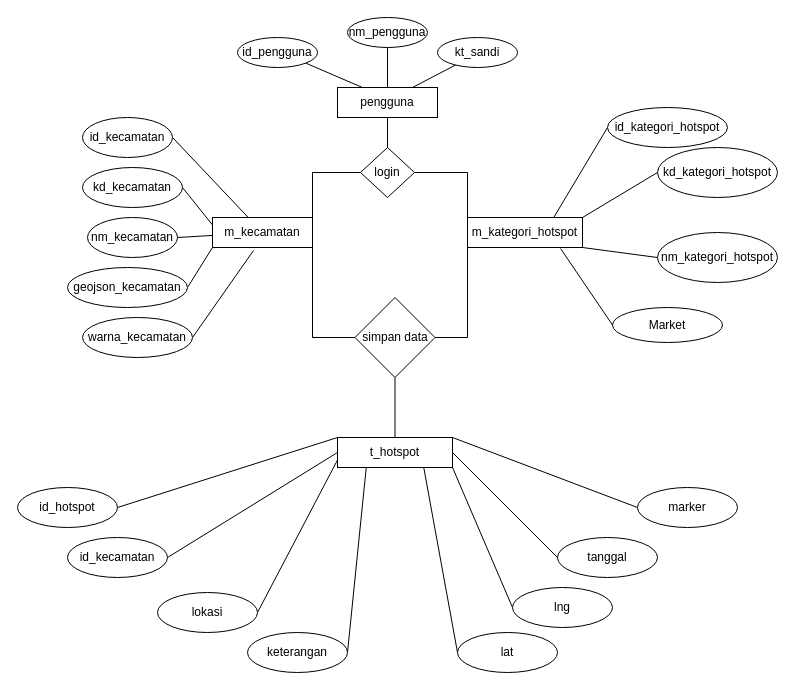
Earlier version of the draw.io diagram alur implentasi databse.drawio (Aripin2401/backend-ci). Source tidied: cells renumbered, new cells numbered last; positions are measured from the earlier drawing's top-left corner, leaving out a move shared by most shapes. Both pictures are drawn from the tidied source at 100%, with x=0, y=0 at pixel (17, 17).
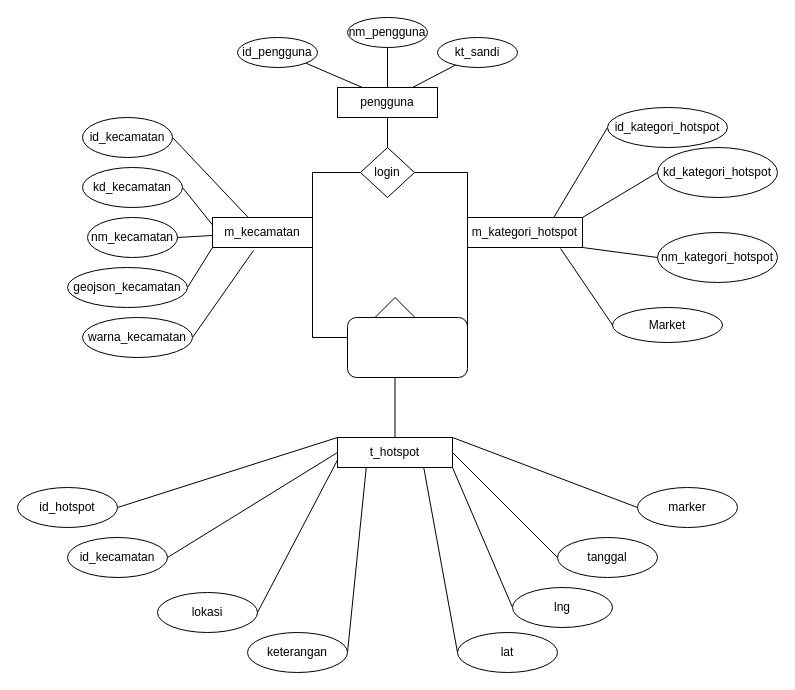
The same diagram, later.

Diff of the diagram source:
```diff
@@
+    <mxCell id="54" style="rounded=1;whiteSpace=wrap;html=1;" parent="1" vertex="1">
+      <mxGeometry x="330" y="300" width="120" height="60" as="geometry" />
+    </mxCell>
```
